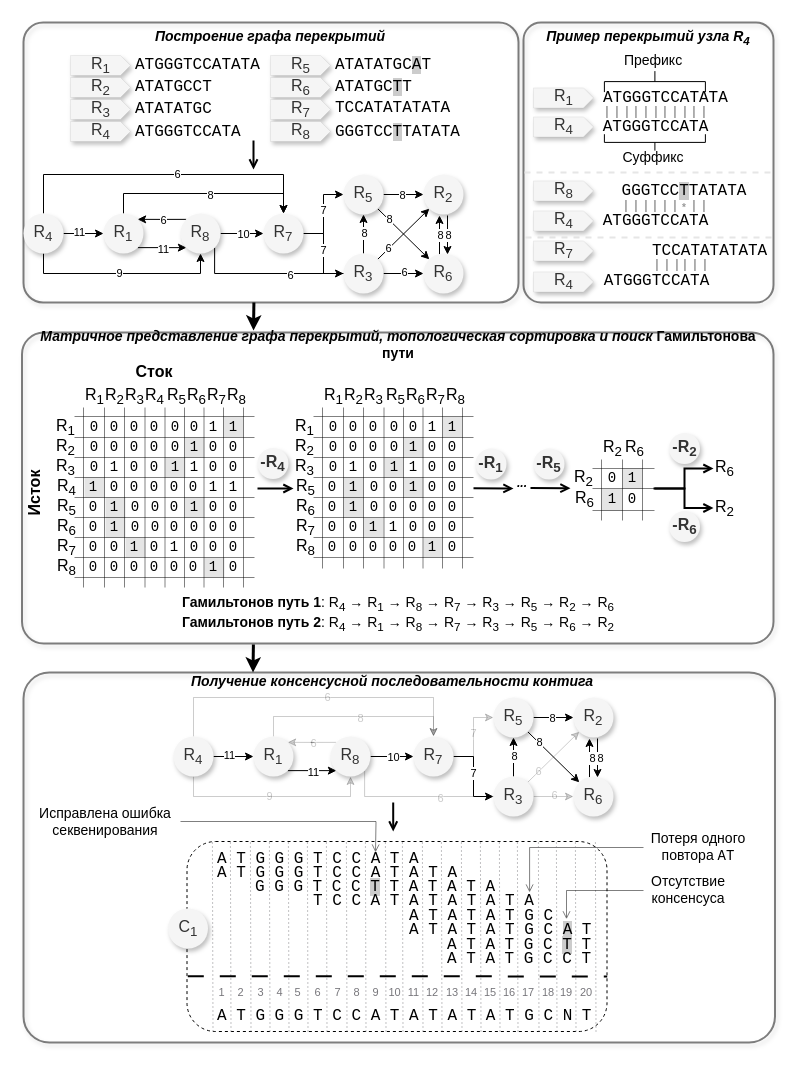
Before: OLC.drawio in NikolaiL-dev/pictures.drawio, a draw.io diagram. Source tidied: cells renumbered, new cells numbered last; positions are measured from the earlier drawing's top-left corner, leaving out a move shared by most shapes. Both pictures are drawn from the tidied source at 100%, with x=0, y=0 at pixel (3, 22).
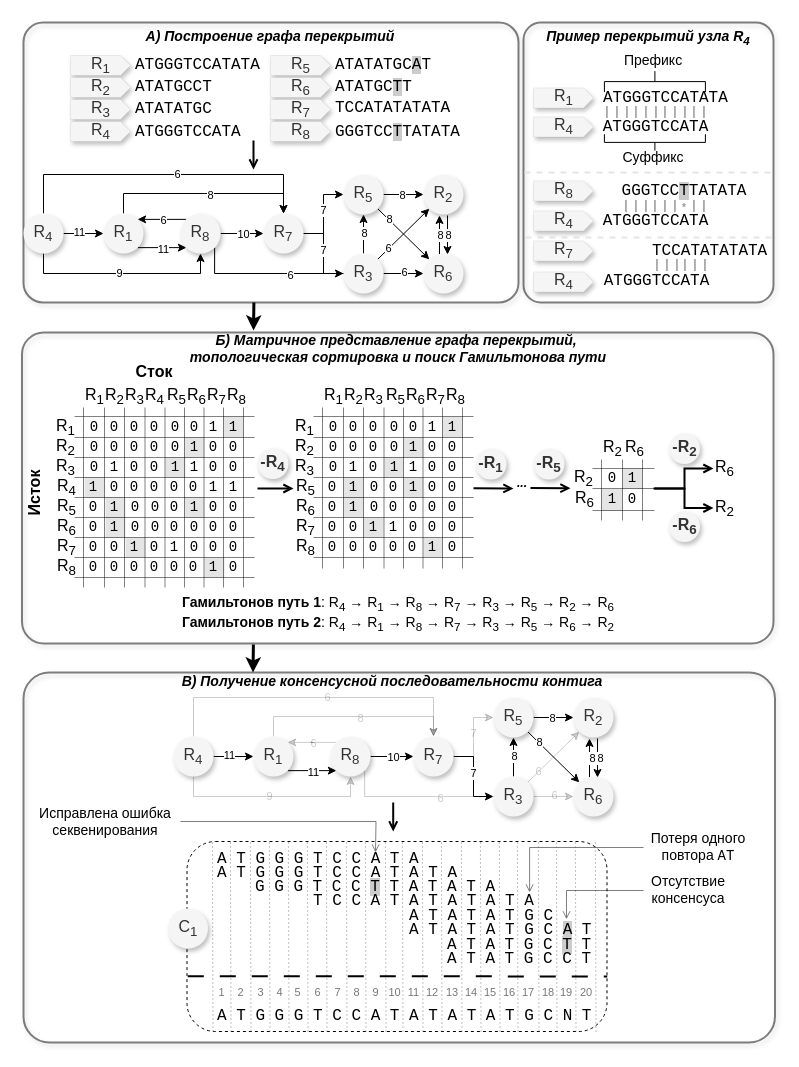
Above is the later version.

What changed in the source:
```diff
@@
-    <mxCell id="158" value="&lt;font style=&quot;font-size: 14px;&quot;&gt;&lt;i&gt;&lt;b&gt;&lt;font style=&quot;font-size: 14px;&quot;&gt;Матричное представление графа перекрытий&lt;/font&gt;&lt;/b&gt;&lt;/i&gt;&lt;/font&gt;&lt;font style=&quot;font-size: 14px;&quot;&gt;&lt;i&gt;&lt;b&gt;&lt;font style=&quot;font-size: 14px;&quot;&gt;, топологическая сортировка и поиск &lt;/font&gt;&lt;/b&gt;&lt;/i&gt;&lt;/font&gt;&lt;font style=&quot;font-size: 14px;&quot;&gt;&lt;font style=&quot;font-size: 14px;&quot;&gt;&lt;b&gt;Гамильтонова пути&lt;/b&gt;&lt;/font&gt;&lt;/font&gt;" style="text;html=1;align=center;verticalAlign=middle;whiteSpace=wrap;rounded=0;" parent="1" vertex="1">
-      <mxGeometry x="20" y="307" width="750" height="30" as="geometry" />
+    <mxCell id="158" value="&lt;div&gt;&lt;font style=&quot;font-size: 14px;&quot;&gt;&lt;i&gt;&lt;b&gt;&lt;font style=&quot;font-size: 14px;&quot;&gt;Б) Матричное представление графа перекрытий&lt;/font&gt;&lt;/b&gt;&lt;/i&gt;&lt;/font&gt;&lt;font style=&quot;font-size: 14px;&quot;&gt;&lt;i&gt;&lt;b&gt;&lt;font style=&quot;font-size: 14px;&quot;&gt;,&amp;nbsp;&lt;/font&gt;&lt;/b&gt;&lt;/i&gt;&lt;/font&gt;&lt;/div&gt;&lt;div&gt;&lt;font style=&quot;font-size: 14px;&quot;&gt;&lt;i&gt;&lt;b&gt;&lt;font style=&quot;font-size: 14px;&quot;&gt;топологическая сортировка и поиск &lt;/font&gt;&lt;/b&gt;&lt;/i&gt;&lt;/font&gt;&lt;font style=&quot;font-size: 14px;&quot;&gt;&lt;font style=&quot;font-size: 14px;&quot;&gt;&lt;b&gt;&lt;i&gt;Гамильтонова пути&lt;/i&gt;&lt;/b&gt;&lt;/font&gt;&lt;/font&gt;&lt;/div&gt;" style="text;html=1;align=center;verticalAlign=middle;whiteSpace=wrap;rounded=0;" parent="1" vertex="1">
+      <mxGeometry x="20" y="311" width="750" height="30" as="geometry" />
     </mxCell>
@@
-    <mxCell id="384" value="&lt;i&gt;&lt;b&gt;&lt;font style=&quot;font-size: 14px;&quot;&gt;Построение графа перекрытий&lt;sub&gt;&lt;br&gt;&lt;/sub&gt;&lt;/font&gt;&lt;/b&gt;&lt;/i&gt;" style="text;html=1;align=center;verticalAlign=middle;whiteSpace=wrap;rounded=0;" parent="1" vertex="1">
+    <mxCell id="384" value="&lt;i&gt;&lt;b&gt;&lt;font style=&quot;font-size: 14px;&quot;&gt;А) Построение графа перекрытий&lt;sub&gt;&lt;br&gt;&lt;/sub&gt;&lt;/font&gt;&lt;/b&gt;&lt;/i&gt;" style="text;html=1;align=center;verticalAlign=middle;whiteSpace=wrap;rounded=0;" parent="1" vertex="1">
       <mxGeometry x="22" width="490" height="30" as="geometry" />
     </mxCell>
@@
-    <mxCell id="386" value="&lt;font style=&quot;font-size: 14px;&quot;&gt;&lt;font style=&quot;font-size: 14px;&quot;&gt;&lt;b&gt;&lt;i&gt;Получение консенсусной последовательности контига&lt;br&gt;&lt;/i&gt;&lt;/b&gt;&lt;/font&gt;&lt;/font&gt;" style="text;html=1;align=center;verticalAlign=middle;whiteSpace=wrap;rounded=0;" parent="1" vertex="1">
+    <mxCell id="386" value="&lt;font style=&quot;font-size: 14px;&quot;&gt;&lt;font style=&quot;font-size: 14px;&quot;&gt;&lt;b&gt;&lt;i&gt;В) Получение консенсусной последовательности контига&lt;br&gt;&lt;/i&gt;&lt;/b&gt;&lt;/font&gt;&lt;/font&gt;" style="text;html=1;align=center;verticalAlign=middle;whiteSpace=wrap;rounded=0;" parent="1" vertex="1">
       <mxGeometry x="14.1" y="644" width="750" height="30" as="geometry" />
     </mxCell>
```
